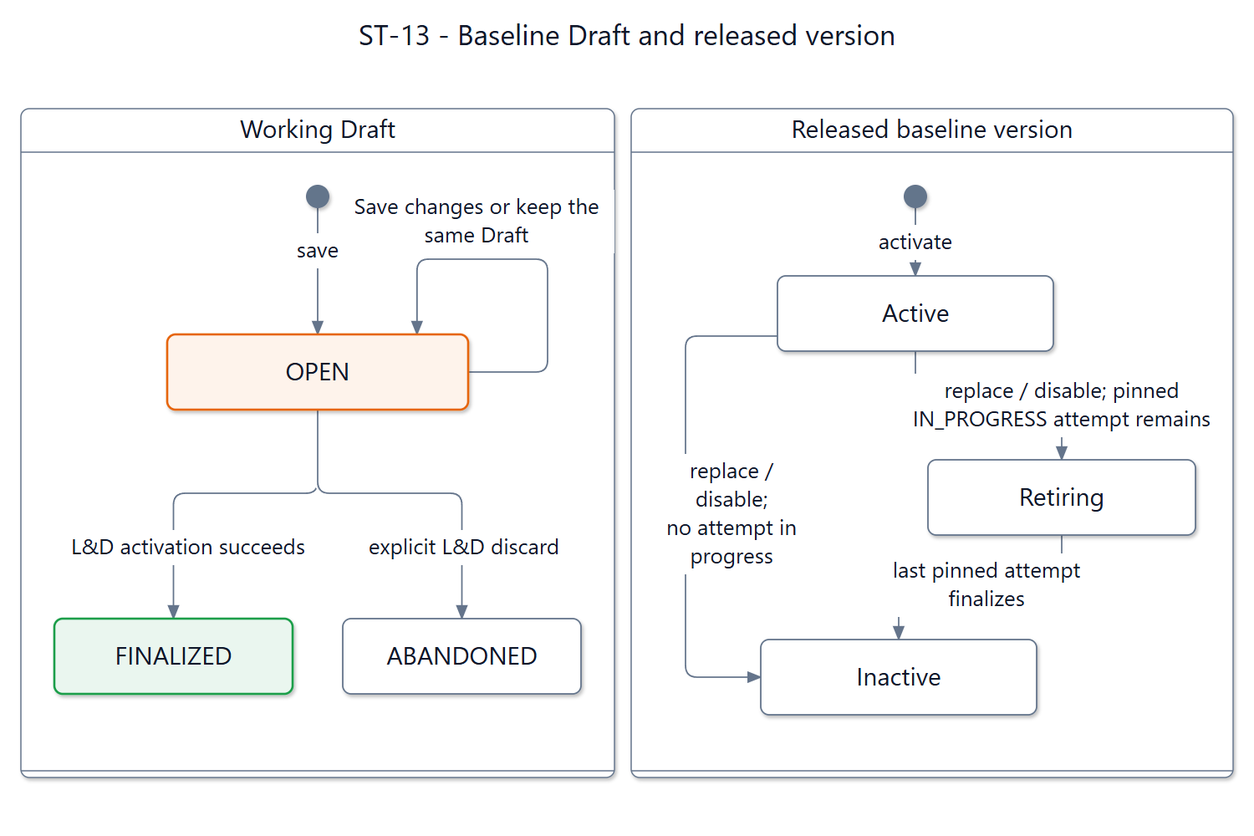
Earlier version of the Mermaid export documents/diagrams/mermaid/st-13.png (SEP490-Fall-2026-GFA26SE64/SEP490). Its source is kept beside it as documents/diagrams/mermaid/st-13.mmd.
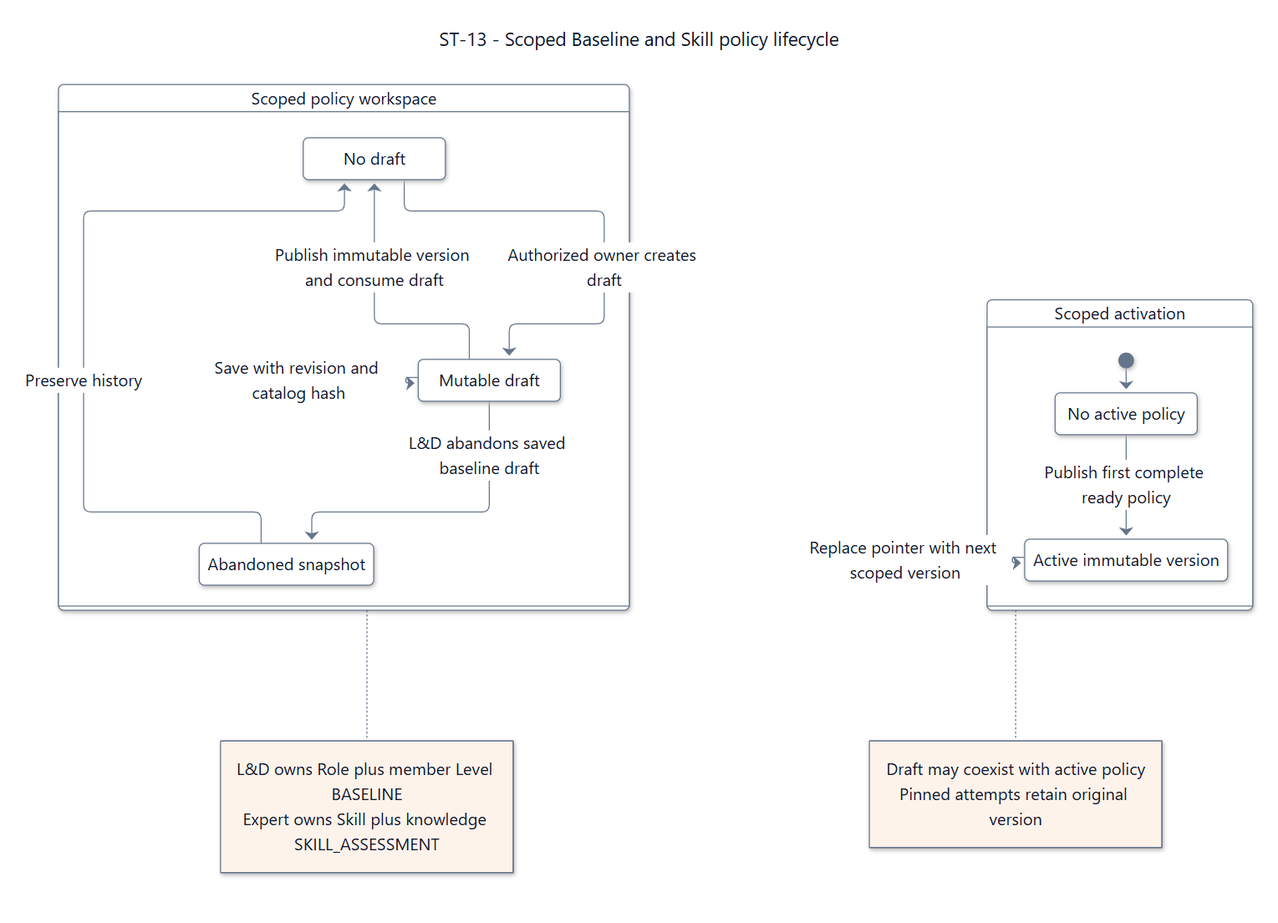
The same diagram one commit later.

The edit, as a diff of the source:
```diff
@@ -1,28 +1,32 @@
 ---
-title: "ST-13 - Baseline Draft and released version"
-config: {"theme":"base","fontFamily":"Segoe UI, Arial, sans-serif","themeVariables":{"fontFamily":"Segoe UI, Arial, sans-serif","fontSize":"16px","primaryColor":"#ffffff","primaryTextColor":"#0f1729","primaryBorderColor":"#64748b","secondaryColor":"#fef3eb","tertiaryColor":"#ffffff","lineColor":"#64748b","textColor":"#0f1729","mainBkg":"#ffffff","background":"#ffffff","clusterBkg":"#ffffff","clusterBorder":"#64748b","edgeLabelBackground":"#ffffff","titleColor":"#0f1729","noteBkgColor":"#fef3eb","noteTextColor":"#0f1729","noteBorderColor":"#e6650f","labelColor":"#0f1729","compositeBackground":"#ffffff","compositeTitleBackground":"#ffffff","compositeBorder":"#64748b","altBackground":"#ffffff","nodeBorder":"#64748b","nodeTextColor":"#0f1729","cScale0":"#ffffff","cScaleLabel0":"#0f1729","cScale1":"#ffffff","cScaleLabel1":"#0f1729","cScale2":"#ffffff","cScaleLabel2":"#0f1729","cScale3":"#ffffff","cScaleLabel3":"#0f1729","cScale4":"#ffffff","cScaleLabel4":"#0f1729","cScale5":"#ffffff","cScaleLabel5":"#0f1729","cScale6":"#ffffff","cScaleLabel6":"#0f1729","cScale7":"#ffffff","cScaleLabel7":"#0f1729","cScale8":"#ffffff","cScaleLabel8":"#0f1729","cScale9":"#ffffff","cScaleLabel9":"#0f1729","cScale10":"#ffffff","cScaleLabel10":"#0f1729","cScale11":"#ffffff","cScaleLabel11":"#0f1729","secondaryBorderColor":"#64748b","tertiaryBorderColor":"#64748b","secondaryTextColor":"#0f1729","tertiaryTextColor":"#0f1729"},"state":{"nodeSpacing":42,"rankSpacing":64,"padding":16,"fontSize":16,"wrappingWidth":250}}
+title: "ST-13 - Scoped Baseline and Skill policy lifecycle"
+config: {"theme":"base","fontFamily":"Segoe UI, Arial, sans-serif","themeVariables":{"fontFamily":"Segoe UI, Arial, sans-serif","fontSize":"16px","primaryColor":"#ffffff","primaryTextColor":"#0f1729","primaryBorderColor":"#64748b","secondaryColor":"#fef3eb","tertiaryColor":"#ffffff","lineColor":"#64748b","textColor":"#0f1729","mainBkg":"#ffffff","background":"#ffffff","clusterBkg":"#ffffff","clusterBorder":"#64748b","edgeLabelBackground":"#ffffff","titleColor":"#0f1729","noteBkgColor":"#fef3eb","noteTextColor":"#0f1729","noteBorderColor":"#e6650f","labelColor":"#0f1729","compositeBackground":"#ffffff","compositeTitleBackground":"#ffffff","compositeBorder":"#64748b","altBackground":"#ffffff","nodeBorder":"#64748b","nodeTextColor":"#0f1729","cScale0":"#ffffff","cScaleLabel0":"#0f1729","cScale1":"#ffffff","cScaleLabel1":"#0f1729","cScale2":"#ffffff","cScaleLabel2":"#0f1729","cScale3":"#ffffff","cScaleLabel3":"#0f1729","cScale4":"#ffffff","cScaleLabel4":"#0f1729","cScale5":"#ffffff","cScaleLabel5":"#0f1729","cScale6":"#ffffff","cScaleLabel6":"#0f1729","cScale7":"#ffffff","cScaleLabel7":"#0f1729","cScale8":"#ffffff","cScaleLabel8":"#0f1729","cScale9":"#ffffff","cScaleLabel9":"#0f1729","cScale10":"#ffffff","cScaleLabel10":"#0f1729","cScale11":"#ffffff","cScaleLabel11":"#0f1729","secondaryBorderColor":"#64748b","tertiaryBorderColor":"#64748b","secondaryTextColor":"#0f1729","tertiaryTextColor":"#0f1729"},"state":{"nodeSpacing":42,"rankSpacing":64,"padding":16,"fontSize":16,"wrappingWidth":250},"look":"neo"}
 ---
+
 stateDiagram-v2
-  state "Working Draft" as Group0 {
-    state "OPEN" as open
-    state "FINALIZED" as final
-    state "ABANDONED" as abandon
-    [*] --> open : save
-    open --> open : Save changes or keep the same Draft
-    open --> final : L&D activation succeeds
-    open --> abandon : explicit L&D discard
+  direction TB
+  state "Scoped policy workspace" as Scope {
+    state "No draft" as none
+    state "Mutable draft" as draft
+    state "Abandoned snapshot" as abandoned
+    none --> draft : Authorized owner creates draft
+    draft --> draft : Save with revision and catalog hash
+    draft --> none : Publish immutable version and consume draft
+    draft --> abandoned : L&D abandons saved baseline draft
+    abandoned --> none : Preserve history
   }
-  state "Released baseline version" as Group1 {
-    state "Active" as active
-    state "Retiring" as retiring
-    state "Inactive" as inactive
-    [*] --> active : activate
-    active --> retiring : replace / disable; pinned IN_PROGRESS attempt remains
-    active --> inactive : replace / disable; no attempt in progress
-    retiring --> inactive : last pinned attempt finalizes
+  state "Scoped activation" as Active {
+    state "No active policy" as absent
+    state "Active immutable version" as active
+    [*] --> absent
+    absent --> active : Publish first complete ready policy
+    active --> active : Replace pointer with next scoped version
   }
-  classDef accepted fill:#eaf6ef,stroke:#1a9e4a,color:#0f1729,stroke-width:1.5px
-  classDef attention fill:#fdf2f2,stroke:#dc2828,color:#0f1729,stroke-width:1.5px
-  classDef working fill:#fef3eb,stroke:#e6650f,color:#0f1729,stroke-width:1.5px
-  class open working
-  class final accepted
+  note right of Scope
+    L&D owns Role plus member Level BASELINE
+    Expert owns Skill plus knowledge SKILL_ASSESSMENT
+  end note
+  note right of Active
+    Draft may coexist with active policy
+    Pinned attempts retain original version
+  end note
```
